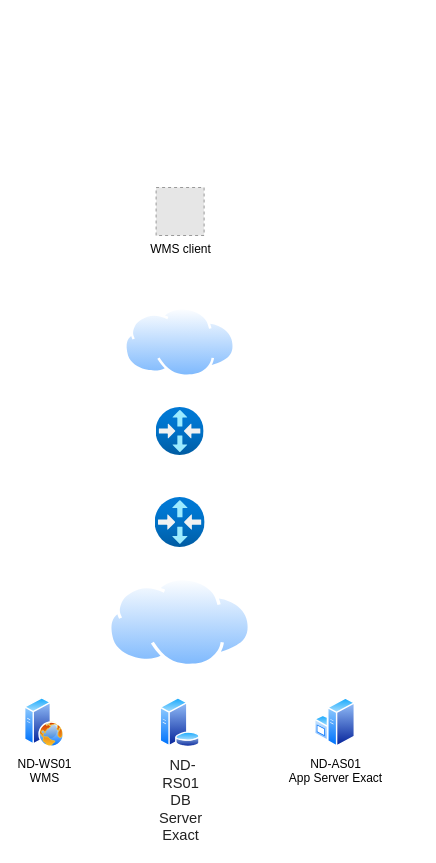
Above: Untitled Diagram.drawio in OfficeUnlimited/NutriNetwork (draw.io), before the change. Source tidied: cells renumbered, new cells numbered last; positions are measured from the earlier drawing's top-left corner, leaving out a move shared by most shapes. Both pictures are drawn from the tidied source at 100%, with x=0, y=0 at pixel (24, 187). Pictures stored in the file or linked from it are replaced by grey dashed boxes.
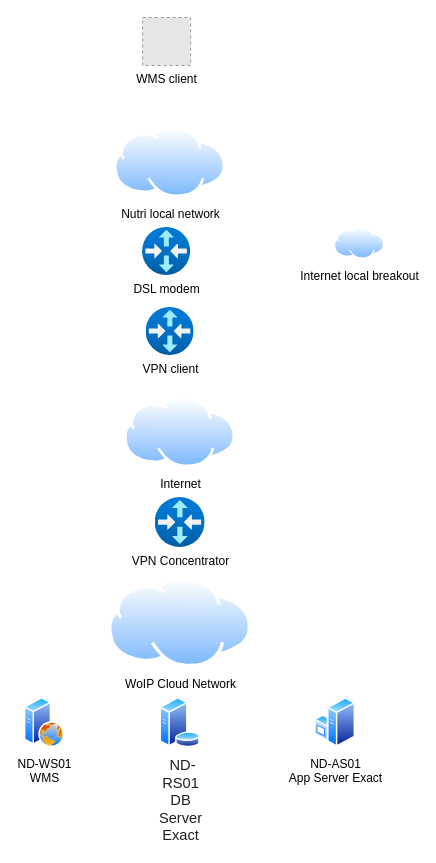
The same page after the edit.

The edit, as a diff of the source:
```diff
@@
 <mxGraphModel>
   <root>
     <mxCell id="0" />
     <mxCell id="1" parent="0" />
-    <mxCell id="2" style="image;perimeter=ellipsePerimeter;html=1;align=center;shadow=0;dashed=0;spacingTop=3;image=img/lib/active_directory/internet_cloud.svg;" parent="1" vertex="1">
+    <mxCell id="2" value="WoIP Cloud Network" style="image;perimeter=ellipsePerimeter;html=1;align=center;shadow=0;dashed=0;spacingTop=3;image=img/lib/active_directory/internet_cloud.svg;" parent="1" vertex="1">
       <mxGeometry x="84.1" y="390" width="142.9" height="90" as="geometry" />
     </mxCell>
-    <mxCell id="3" style="image;perimeter=ellipsePerimeter;html=1;align=center;shadow=0;dashed=0;spacingTop=3;image=img/lib/active_directory/internet_cloud.svg;" parent="1" vertex="1">
-      <mxGeometry x="100" y="120" width="111.1" height="70" as="geometry" />
+    <mxCell id="3" value="Nutri local network" style="image;perimeter=ellipsePerimeter;html=1;align=center;shadow=0;dashed=0;spacingTop=3;image=img/lib/active_directory/internet_cloud.svg;" parent="1" vertex="1">
+      <mxGeometry x="90" y="-60" width="111.1" height="70" as="geometry" />
     </mxCell>
-    <mxCell id="4" style="image;html=1;align=center;fontSize=12;image=img/lib/azure2/networking/Virtual_Router.svg;" parent="1" vertex="1">
+    <mxCell id="4" value="VPN Concentrator" style="image;html=1;align=center;fontSize=12;image=img/lib/azure2/networking/Virtual_Router.svg;" parent="1" vertex="1">
       <mxGeometry x="130.6" y="310" width="50" height="50" as="geometry" />
     </mxCell>
-    <mxCell id="5" style="image;html=1;align=center;fontSize=12;image=img/lib/azure2/networking/Virtual_Router.svg;" parent="1" vertex="1">
-      <mxGeometry x="131.6" y="220" width="48" height="48" as="geometry" />
+    <mxCell id="5" value="VPN client" style="image;html=1;align=center;fontSize=12;image=img/lib/azure2/networking/Virtual_Router.svg;" parent="1" vertex="1">
+      <mxGeometry x="121.6" y="120" width="48" height="48" as="geometry" />
     </mxCell>
     <mxCell id="6" value="&lt;span style=&quot;color: rgb(33, 33, 33); font-family: Calibri, sans-serif, serif, EmojiFont; font-size: 14.6667px; text-align: start; text-wrap: wrap;&quot;&gt;&amp;nbsp;ND-RS01&lt;/span&gt;&lt;div&gt;&lt;span style=&quot;color: rgb(33, 33, 33); font-family: Calibri, sans-serif, serif, EmojiFont; font-size: 14.6667px; text-align: start; text-wrap: wrap;&quot;&gt;DB Server Exact&lt;/span&gt;&lt;/div&gt;" style="image;perimeter=ellipsePerimeter;html=1;align=center;shadow=0;dashed=0;spacingTop=3;image=img/lib/active_directory/database_server.svg;" parent="1" vertex="1">
       <mxGeometry x="135.1" y="510" width="41" height="50" as="geometry" />
     </mxCell>
     <mxCell id="7" value="ND-AS01&lt;div&gt;App Server Exact&lt;/div&gt;" style="image;perimeter=ellipsePerimeter;html=1;align=center;shadow=0;dashed=0;spacingTop=3;image=img/lib/active_directory/windows_server.svg;" parent="1" vertex="1">
       <mxGeometry x="290" y="510" width="41" height="50" as="geometry" />
     </mxCell>
     <mxCell id="8" value="ND-WS01&lt;div&gt;WMS&lt;/div&gt;" style="image;perimeter=ellipsePerimeter;html=1;align=center;shadow=0;dashed=0;spacingTop=3;image=img/lib/active_directory/web_server.svg;" parent="1" vertex="1">
       <mxGeometry y="510" width="40" height="50" as="geometry" />
     </mxCell>
     <mxCell id="9" value="WMS client" style="fillColor=#E6E6E6;strokeColor=#999999;dashed=1;html=1;verticalAlign=top;verticalLabelPosition=bottom;labelBackgroundColor=#ffffff;" parent="1" vertex="1">
-      <mxGeometry x="131.6" width="48" height="48" as="geometry" />
+      <mxGeometry x="118.1" y="-170" width="48" height="48" as="geometry" />
     </mxCell>
+    <mxCell id="10" value="Internet local breakout" style="image;perimeter=ellipsePerimeter;html=1;align=center;shadow=0;dashed=0;spacingTop=3;image=img/lib/active_directory/internet_cloud.svg;" parent="1" vertex="1">
+      <mxGeometry x="310" y="40" width="50" height="31.5" as="geometry" />
+    </mxCell>
+    <mxCell id="11" value="DSL modem" style="image;html=1;align=center;fontSize=12;image=img/lib/azure2/networking/Virtual_Router.svg;" parent="1" vertex="1">
+      <mxGeometry x="118.1" y="40" width="48" height="48" as="geometry" />
+    </mxCell>
+    <mxCell id="12" value="Internet" style="image;perimeter=ellipsePerimeter;html=1;align=center;shadow=0;dashed=0;spacingTop=3;image=img/lib/active_directory/internet_cloud.svg;" parent="1" vertex="1">
+      <mxGeometry x="100" y="210" width="111.1" height="70" as="geometry" />
+    </mxCell>
   </root>
 </mxGraphModel>
```
